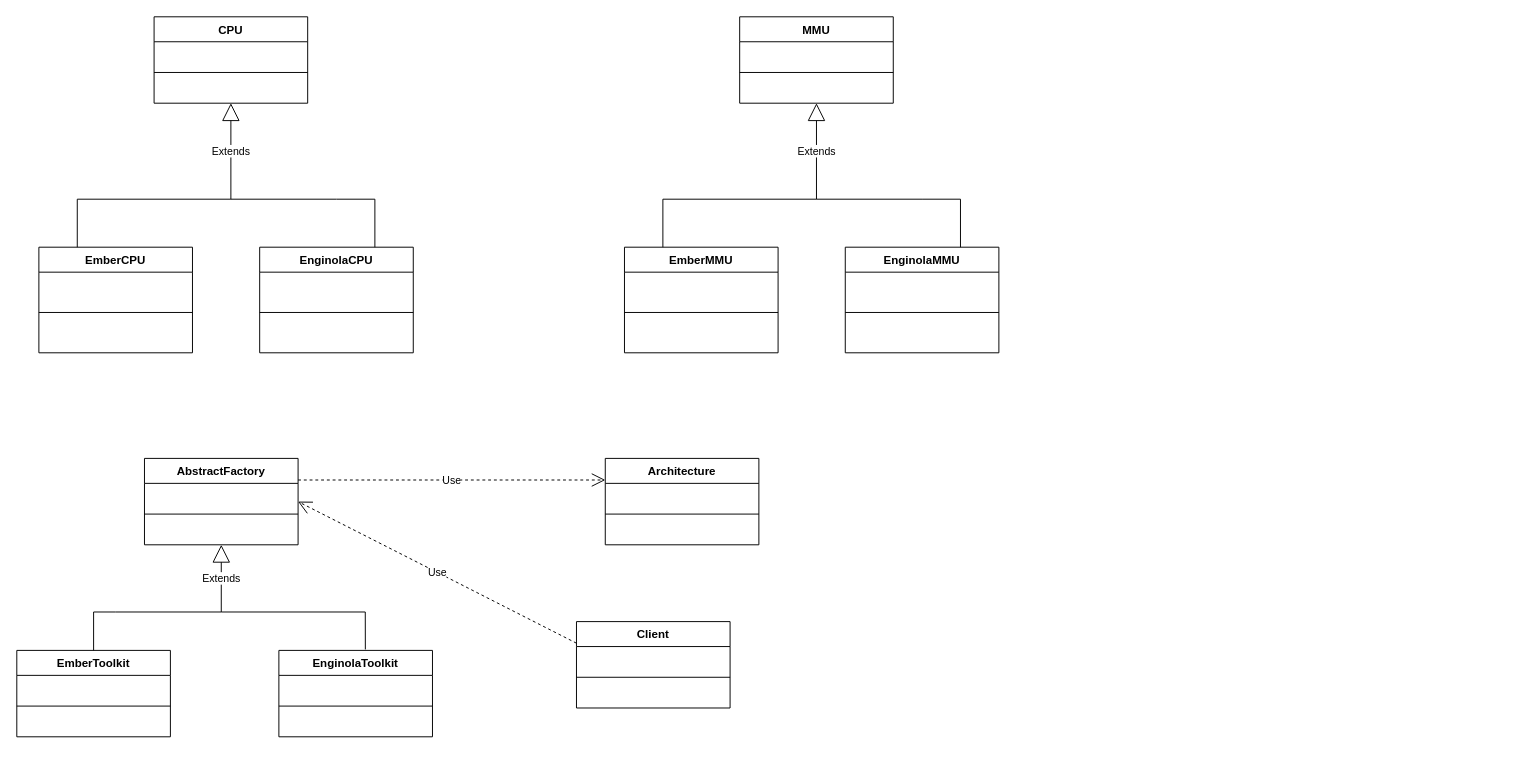
Earlier version of the draw.io diagram AbstractFactory.drawio (BelaIsBelaG/PATRON-ABSTRACT-FACTORY). Source tidied: cells renumbered, new cells numbered last; positions are measured from the earlier drawing's top-left corner, leaving out a move shared by most shapes. Both pictures are drawn from the tidied source at 96%, with x=0, y=0 at pixel (16, 16).
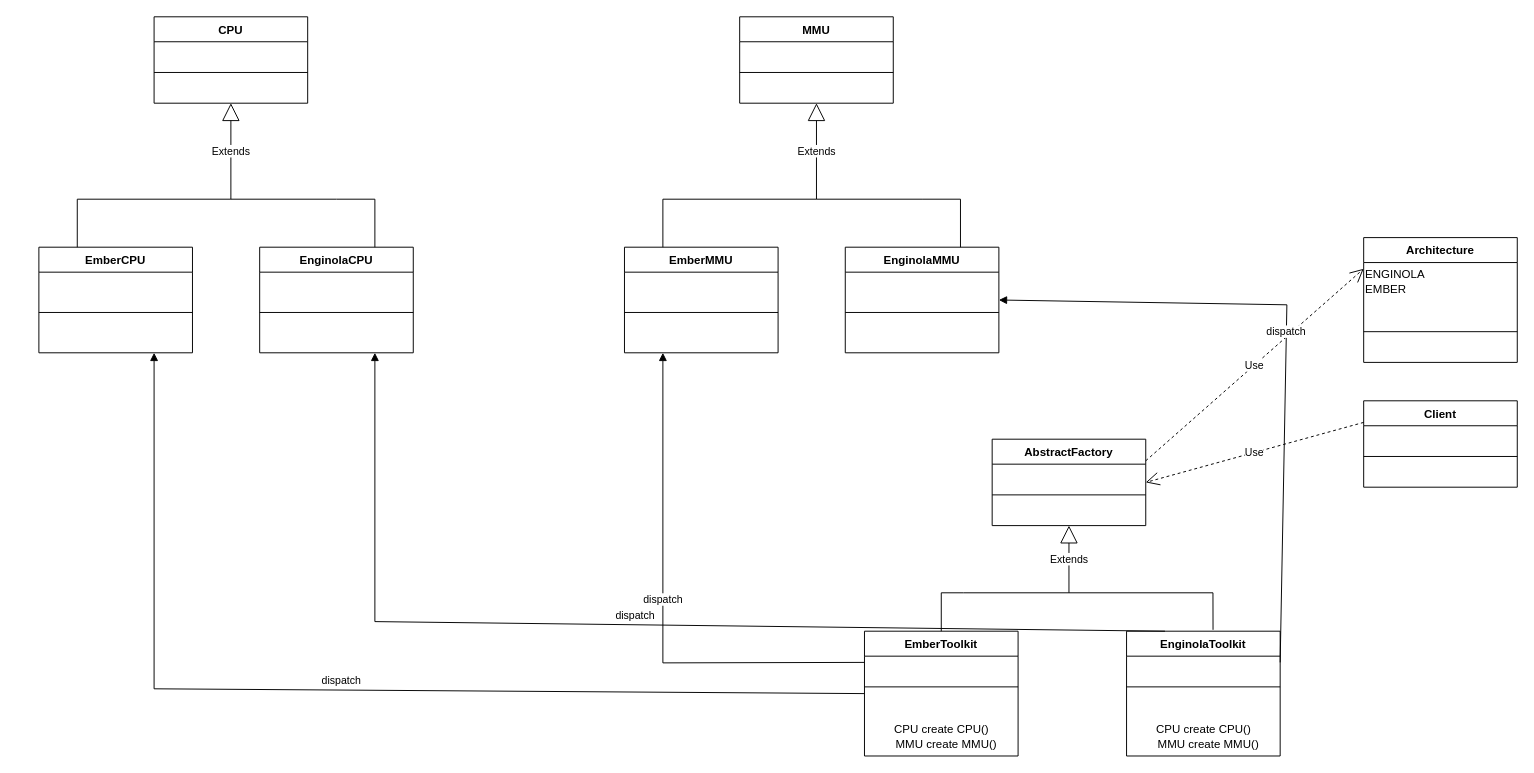
The same page after the edit.

Unchanged cells that the change refers to:
```xml
<mxCell id="5" value="EmberCPU" style="swimlane;fontStyle=1;align=center;verticalAlign=top;horizontal=1;startSize=26;whiteSpace=wrap;html=1;" parent="1" vertex="1">
  <mxGeometry x="23" y="240" width="160" height="110" as="geometry" />
</mxCell>
<mxCell id="7" value="EnginolaCPU" style="swimlane;fontStyle=1;align=center;verticalAlign=top;horizontal=1;startSize=26;whiteSpace=wrap;html=1;" parent="1" vertex="1">
  <mxGeometry x="253" y="240" width="160" height="110" as="geometry" />
</mxCell>
<mxCell id="14" value="EmberMMU" style="swimlane;fontStyle=1;align=center;verticalAlign=top;horizontal=1;startSize=26;whiteSpace=wrap;html=1;" parent="1" vertex="1">
  <mxGeometry x="633" y="240" width="160" height="110" as="geometry" />
</mxCell>
<mxCell id="16" value="EnginolaMMU" style="swimlane;fontStyle=1;align=center;verticalAlign=top;horizontal=1;startSize=26;whiteSpace=wrap;html=1;" parent="1" vertex="1">
  <mxGeometry x="863" y="240" width="160" height="110" as="geometry" />
</mxCell>
```

Diff of the diagram source:
```diff
@@
     <mxCell id="20" value="AbstractFactory" style="swimlane;fontStyle=1;align=center;verticalAlign=top;horizontal=1;startSize=26;whiteSpace=wrap;html=1;" parent="1" vertex="1">
-      <mxGeometry x="133" y="460" width="160" height="90" as="geometry" />
+      <mxGeometry x="1016" y="440" width="160" height="90" as="geometry" />
     </mxCell>
@@
     <mxCell id="22" value="EnginolaToolkit" style="swimlane;fontStyle=1;align=center;verticalAlign=top;horizontal=1;startSize=26;whiteSpace=wrap;html=1;" parent="1" vertex="1">
-      <mxGeometry x="273" y="660" width="160" height="90" as="geometry" />
+      <mxGeometry x="1156" y="640" width="160" height="130" as="geometry" />
     </mxCell>
@@
+    <mxCell id="35" value="CPU create CPU()&lt;div&gt;&amp;nbsp; &amp;nbsp;MMU create MMU()&lt;/div&gt;" style="text;html=1;align=center;verticalAlign=middle;strokeColor=none;fillColor=none;" parent="22" vertex="1">
+      <mxGeometry y="90" width="160" height="40" as="geometry" />
+    </mxCell>
     <mxCell id="24" value="EmberToolkit" style="swimlane;fontStyle=1;align=center;verticalAlign=top;horizontal=1;startSize=26;whiteSpace=wrap;html=1;" parent="1" vertex="1">
-      <mxGeometry y="660" width="160" height="90" as="geometry" />
+      <mxGeometry x="883" y="640" width="160" height="130" as="geometry" />
     </mxCell>
@@
+    <mxCell id="36" value="CPU create CPU()&lt;div&gt;&amp;nbsp; &amp;nbsp;MMU create MMU()&lt;/div&gt;" style="text;html=1;align=center;verticalAlign=middle;strokeColor=none;fillColor=none;" parent="24" vertex="1">
+      <mxGeometry y="90" width="160" height="40" as="geometry" />
+    </mxCell>
     <mxCell id="26" value="Extends" style="endArrow=block;endSize=16;endFill=0;html=1;rounded=0;entryX=0.5;entryY=1;entryDx=0;entryDy=0;" parent="1" edge="1" target="20">
       <mxGeometry relative="1" as="geometry">
-        <mxPoint x="213" y="620" as="sourcePoint" />
+        <mxPoint x="1096" y="600" as="sourcePoint" />
       </mxGeometry>
     </mxCell>
     <mxCell id="27" style="endArrow=none;html=1;rounded=0;exitX=0.5;exitY=0;exitDx=0;exitDy=0;" parent="1" edge="1" source="24">
       <mxGeometry relative="1" as="geometry">
-        <mxPoint x="213" y="620" as="targetPoint" />
+        <mxPoint x="1096" y="600" as="targetPoint" />
         <Array as="points">
-          <mxPoint x="80" y="620" />
-          <mxPoint x="103" y="620" />
+          <mxPoint x="963" y="600" />
+          <mxPoint x="986" y="600" />
         </Array>
       </mxGeometry>
     </mxCell>
     <mxCell id="28" style="endArrow=none;html=1;rounded=0;entryX=0.563;entryY=-0.011;entryDx=0;entryDy=0;entryPerimeter=0;" parent="1" edge="1" target="22">
       <mxGeometry relative="1" as="geometry">
-        <mxPoint x="213" y="620" as="sourcePoint" />
+        <mxPoint x="1096" y="600" as="sourcePoint" />
         <Array as="points">
-          <mxPoint x="363" y="620" />
+          <mxPoint x="1246" y="600" />
         </Array>
       </mxGeometry>
     </mxCell>
     <mxCell id="29" value="Client" style="swimlane;fontStyle=1;align=center;verticalAlign=top;horizontal=1;startSize=26;whiteSpace=wrap;html=1;" parent="1" vertex="1">
-      <mxGeometry x="583" y="630" width="160" height="90" as="geometry" />
+      <mxGeometry x="1403" y="400" width="160" height="90" as="geometry" />
     </mxCell>
@@
     <mxCell id="31" value="Architecture" style="swimlane;fontStyle=1;align=center;verticalAlign=top;horizontal=1;startSize=26;whiteSpace=wrap;html=1;" parent="1" vertex="1">
-      <mxGeometry x="613" y="460" width="160" height="90" as="geometry" />
+      <mxGeometry x="1403" y="230" width="160" height="130" as="geometry" />
     </mxCell>
+    <mxCell id="37" value="ENGINOLA&lt;div&gt;EMBER&lt;/div&gt;" style="text;html=1;align=left;verticalAlign=middle;strokeColor=none;fillColor=none;" parent="31" vertex="1">
+      <mxGeometry y="26" width="160" height="40" as="geometry" />
+    </mxCell>
     <mxCell id="32" style="line;strokeWidth=1;fillColor=none;align=left;verticalAlign=middle;spacingTop=-1;spacingLeft=3;spacingRight=3;labelPosition=right;strokeColor=inherit;" parent="31" vertex="1">
-      <mxGeometry y="26" width="160" height="64" as="geometry" />
+      <mxGeometry y="66" width="160" height="64" as="geometry" />
     </mxCell>
@@
+    <mxCell id="38" value="dispatch" style="html=1;verticalAlign=bottom;endArrow=block;curved=0;rounded=0;exitX=0;exitY=0.25;exitDx=0;exitDy=0;entryX=0.25;entryY=1;entryDx=0;entryDy=0;" parent="1" edge="1" source="24" target="14">
+      <mxGeometry relative="1" as="geometry">
+        <Array as="points">
+          <mxPoint x="673" y="673" />
+        </Array>
+      </mxGeometry>
+    </mxCell>
+    <mxCell id="39" value="dispatch" style="html=1;verticalAlign=bottom;endArrow=block;curved=0;rounded=0;exitX=0;exitY=0.5;exitDx=0;exitDy=0;entryX=0.75;entryY=1;entryDx=0;entryDy=0;" parent="1" edge="1" source="24" target="5">
+      <mxGeometry relative="1" as="geometry">
+        <Array as="points">
+          <mxPoint x="143" y="700" />
+        </Array>
+      </mxGeometry>
+    </mxCell>
+    <mxCell id="40" value="dispatch" style="html=1;verticalAlign=bottom;endArrow=block;curved=0;rounded=0;exitX=1;exitY=0.25;exitDx=0;exitDy=0;entryX=1;entryY=0.5;entryDx=0;entryDy=0;" parent="1" edge="1" source="22" target="16">
+      <mxGeometry relative="1" as="geometry">
+        <Array as="points">
+          <mxPoint x="1323" y="300" />
+        </Array>
+      </mxGeometry>
+    </mxCell>
+    <mxCell id="41" value="dispatch" style="html=1;verticalAlign=bottom;endArrow=block;curved=0;rounded=0;exitX=0.25;exitY=0;exitDx=0;exitDy=0;entryX=0.75;entryY=1;entryDx=0;entryDy=0;" parent="1" edge="1" source="22" target="7">
+      <mxGeometry relative="1" as="geometry">
+        <Array as="points">
+          <mxPoint x="373" y="630" />
+        </Array>
+      </mxGeometry>
+    </mxCell>
```
